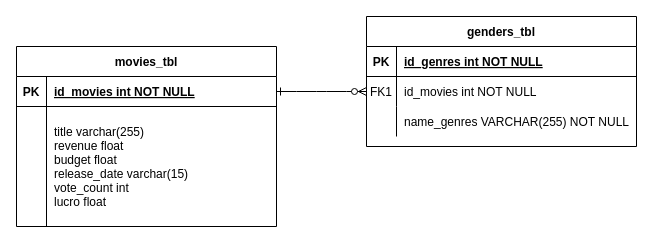
Above: desenho_solucao/Modelagem_Tabelas.drawio in bproencampos/integration-flow-challenge (draw.io), before the change. Source tidied: cells renumbered, new cells numbered last; positions are measured from the earlier drawing's top-left corner, leaving out a move shared by most shapes. Both pictures are drawn from the tidied source at 100%, with x=0, y=0 at pixel (16, 16).
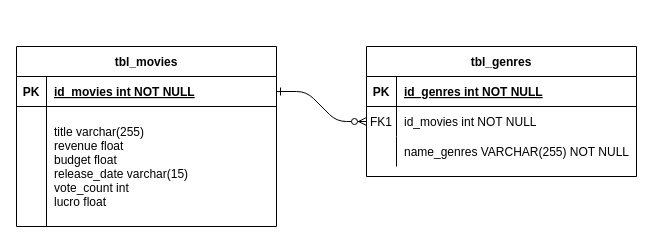
The same diagram, later.

The edit, as a diff of the source:
```diff
@@
 <mxGraphModel>
   <root>
     <mxCell id="0" />
     <mxCell id="1" parent="0" />
     <mxCell id="2" style="edgeStyle=entityRelationEdgeStyle;endArrow=ERzeroToMany;startArrow=ERone;endFill=1;startFill=0;exitX=1;exitY=0.5;exitDx=0;exitDy=0;" parent="1" edge="1" source="14" target="7">
       <mxGeometry relative="1" as="geometry" />
     </mxCell>
-    <mxCell id="3" value="genders_tbl" style="shape=table;startSize=30;childLayout=tableLayout;rowLines=0;fontStyle=1;align=center;" parent="1" vertex="1">
-      <mxGeometry x="350" width="270" height="130" as="geometry" />
+    <mxCell id="3" value="tbl_genres" style="shape=table;startSize=30;childLayout=tableLayout;rowLines=0;fontStyle=1;align=center;" parent="1" vertex="1">
+      <mxGeometry x="350" y="30" width="270" height="130" as="geometry" />
     </mxCell>
     <mxCell id="4" style="shape=partialRectangle;fillColor=none;top=0;left=0;right=0;bottom=1;" parent="3" vertex="1">
       <mxGeometry y="30" width="270" height="30" as="geometry" />
     </mxCell>
     <mxCell id="5" value="PK" style="shape=partialRectangle;overflow=hidden;fillColor=none;top=0;left=0;bottom=0;right=0;fontStyle=1;" parent="4" vertex="1">
       <mxGeometry width="30" height="30" as="geometry" />
     </mxCell>
     <mxCell id="6" value="id_genres int NOT NULL " style="shape=partialRectangle;overflow=hidden;fillColor=none;top=0;left=0;bottom=0;right=0;align=left;spacingLeft=6;fontStyle=5;" parent="4" vertex="1">
       <mxGeometry x="30" width="240" height="30" as="geometry" />
     </mxCell>
     <mxCell id="7" style="shape=partialRectangle;fillColor=none;points=[[0,0.5],[1,0.5]];portConstraint=eastwest;top=0;left=0;right=0;bottom=0;" parent="3" vertex="1">
       <mxGeometry y="60" width="270" height="30" as="geometry" />
     </mxCell>
     <mxCell id="8" value="FK1" style="shape=partialRectangle;overflow=hidden;fillColor=none;top=0;left=0;bottom=0;right=0;" parent="7" vertex="1">
       <mxGeometry width="30" height="30" as="geometry" />
     </mxCell>
     <mxCell id="9" value="id_movies int NOT NULL" style="shape=partialRectangle;overflow=hidden;fillColor=none;top=0;left=0;bottom=0;right=0;align=left;spacingLeft=6;" parent="7" vertex="1">
       <mxGeometry x="30" width="240" height="30" as="geometry" />
     </mxCell>
     <mxCell id="10" style="shape=partialRectangle;fillColor=none;top=0;left=0;right=0;bottom=0;" parent="3" vertex="1">
       <mxGeometry y="90" width="270" height="30" as="geometry" />
     </mxCell>
     <mxCell id="11" style="shape=partialRectangle;overflow=hidden;fillColor=none;top=0;left=0;bottom=0;right=0;" parent="10" vertex="1">
       <mxGeometry width="30" height="30" as="geometry" />
     </mxCell>
     <mxCell id="12" value="name_genres VARCHAR(255) NOT NULL" style="shape=partialRectangle;overflow=hidden;fillColor=none;top=0;left=0;bottom=0;right=0;align=left;spacingLeft=6;" parent="10" vertex="1">
       <mxGeometry x="30" width="240" height="30" as="geometry" />
     </mxCell>
-    <mxCell id="13" value="movies_tbl" style="shape=table;startSize=30;childLayout=tableLayout;rowLines=0;fontStyle=1;align=center;" parent="1" vertex="1">
+    <mxCell id="13" value="tbl_movies" style="shape=table;startSize=30;childLayout=tableLayout;rowLines=0;fontStyle=1;align=center;" parent="1" vertex="1">
       <mxGeometry y="30" width="260" height="180" as="geometry" />
     </mxCell>
     <mxCell id="14" style="shape=partialRectangle;fillColor=none;points=[[0,0.5],[1,0.5]];portConstraint=eastwest;top=0;left=0;right=0;bottom=1;" parent="13" vertex="1">
       <mxGeometry y="30" width="260" height="30" as="geometry" />
     </mxCell>
     <mxCell id="15" value="PK" style="shape=partialRectangle;overflow=hidden;fillColor=none;top=0;left=0;bottom=0;right=0;fontStyle=1;" parent="14" vertex="1">
       <mxGeometry width="30" height="30" as="geometry" />
     </mxCell>
     <mxCell id="16" value="id_movies int NOT NULL " style="shape=partialRectangle;overflow=hidden;fillColor=none;top=0;left=0;bottom=0;right=0;align=left;spacingLeft=6;fontStyle=5;" parent="14" vertex="1">
       <mxGeometry x="30" width="230" height="30" as="geometry" />
     </mxCell>
     <mxCell id="17" style="shape=partialRectangle;fillColor=none;top=0;left=0;right=0;bottom=0;" parent="13" vertex="1">
       <mxGeometry y="60" width="260" height="120" as="geometry" />
     </mxCell>
     <mxCell id="18" style="shape=partialRectangle;overflow=hidden;fillColor=none;top=0;left=0;bottom=0;right=0;" parent="17" vertex="1">
       <mxGeometry width="30" height="120" as="geometry" />
     </mxCell>
     <mxCell id="19" value="title varchar(255) &#10;revenue float&#10;budget float&#10;release_date varchar(15)&#10;vote_count int&#10;lucro float" style="shape=partialRectangle;overflow=hidden;fillColor=none;top=0;left=0;bottom=0;right=0;align=left;spacingLeft=6;" parent="17" vertex="1">
       <mxGeometry x="30" width="230" height="120" as="geometry" />
     </mxCell>
   </root>
 </mxGraphModel>
```
